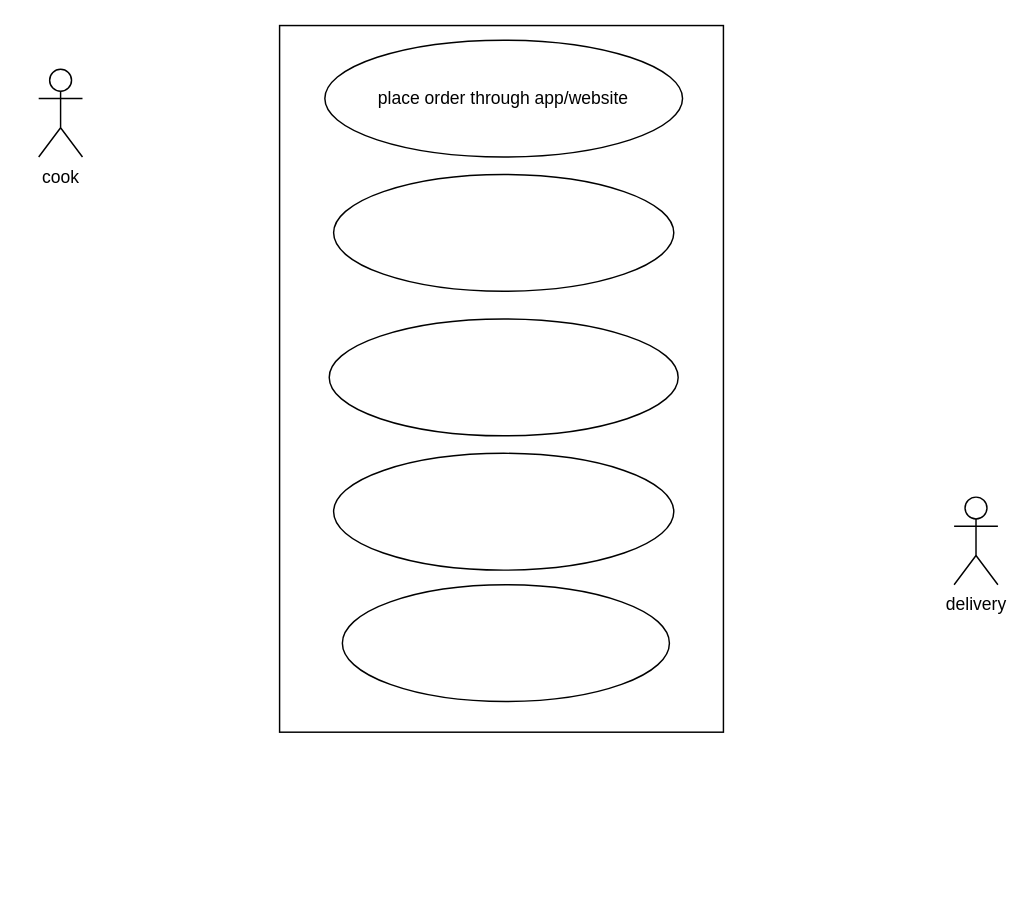
Above: page "Page-3" (3 of 4) of Untitled Diagram.drawio in sophiyaprasain/System-Moodeling (draw.io), before the change. Source tidied: cells renumbered, new cells numbered last; positions are measured from the earlier drawing's top-left corner, leaving out a move shared by most shapes. Both pictures are drawn from the tidied source at 146%, with x=0, y=0 at pixel (38, 25).
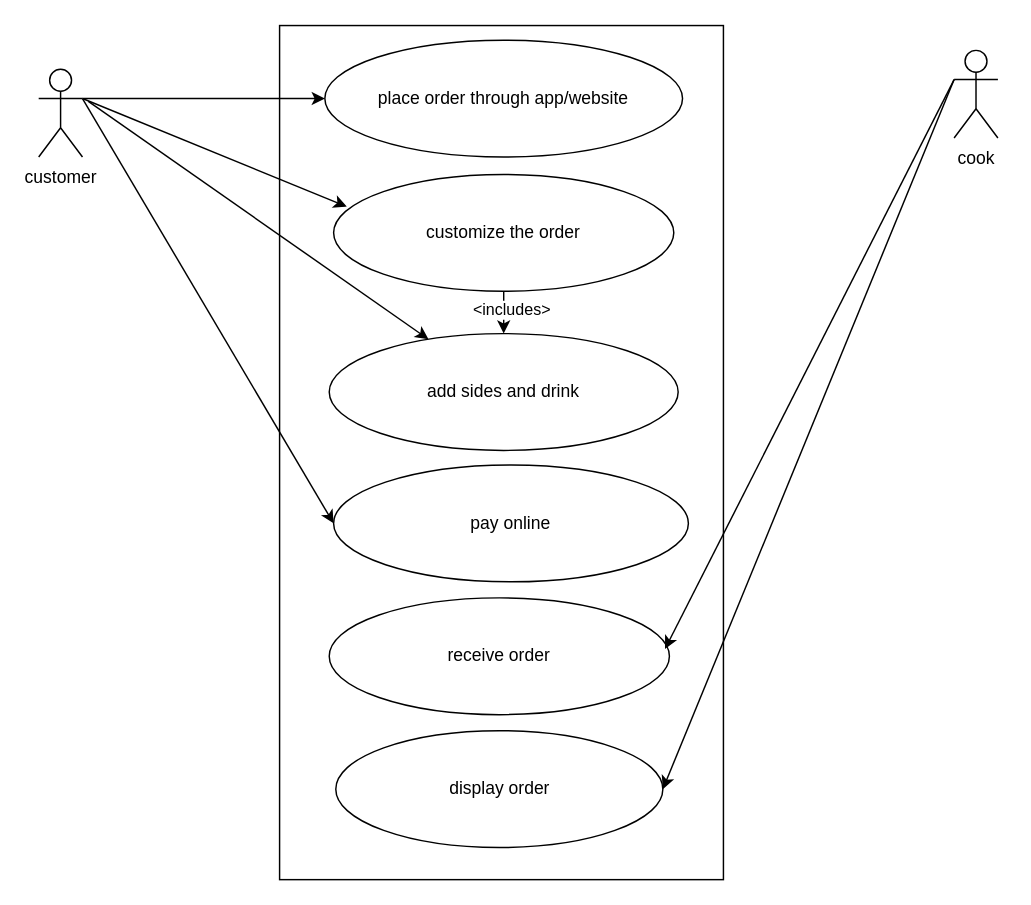
The same page after the edit.

Unchanged cells that the change refers to:
```xml
<mxCell id="3" value="place order through app/website" style="ellipse;whiteSpace=wrap;html=1;" parent="1" vertex="1">
  <mxGeometry x="196" y="10" width="245" height="80" as="geometry" />
</mxCell>
```

What changed in the source:
```diff
@@
     <mxCell id="2" style="rounded=0;whiteSpace=wrap;html=1;fontSize=16;" parent="1" vertex="1">
-      <mxGeometry x="165" width="304" height="484" as="geometry" />
+      <mxGeometry x="165" width="304" height="585" as="geometry" />
     </mxCell>
@@
+    <mxCell id="10" style="edgeStyle=orthogonalEdgeStyle;rounded=0;jettySize=auto;html=1;exitX=0.5;exitY=1;exitDx=0;exitDy=0;entryX=0.5;entryY=0;entryDx=0;entryDy=0;" parent="1" edge="1" source="4" target="5">
+      <mxGeometry relative="1" as="geometry" />
+    </mxCell>
+    <mxCell id="11" value="&amp;lt;includes&amp;gt;" style="edgeLabel;html=1;align=center;verticalAlign=middle;" parent="10" vertex="1">
+      <mxGeometry x="-0.17" y="5" relative="1" as="geometry" />
+    </mxCell>
-    <mxCell id="4" style="ellipse;whiteSpace=wrap;html=1;" parent="1" vertex="1">
+    <mxCell id="4" value="customize the order" style="ellipse;whiteSpace=wrap;html=1;" parent="1" vertex="1">
       <mxGeometry x="202" y="102" width="233" height="80" as="geometry" />
     </mxCell>
-    <mxCell id="5" style="ellipse;whiteSpace=wrap;html=1;" parent="1" vertex="1">
-      <mxGeometry x="199" y="201" width="239" height="80" as="geometry" />
+    <mxCell id="5" value="add sides and drink" style="ellipse;whiteSpace=wrap;html=1;" parent="1" vertex="1">
+      <mxGeometry x="199" y="211" width="239" height="80" as="geometry" />
     </mxCell>
-    <mxCell id="6" style="ellipse;whiteSpace=wrap;html=1;" parent="1" vertex="1">
-      <mxGeometry x="202" y="293" width="233" height="80" as="geometry" />
+    <mxCell id="6" value="receive order" style="ellipse;whiteSpace=wrap;html=1;" parent="1" vertex="1">
+      <mxGeometry x="199" y="392" width="233" height="80" as="geometry" />
     </mxCell>
-    <mxCell id="7" style="ellipse;whiteSpace=wrap;html=1;" parent="1" vertex="1">
-      <mxGeometry x="208" y="383" width="224" height="80" as="geometry" />
+    <mxCell id="7" value="display order" style="ellipse;whiteSpace=wrap;html=1;" parent="1" vertex="1">
+      <mxGeometry x="203.5" y="483" width="224" height="80" as="geometry" />
     </mxCell>
-    <mxCell id="8" value="cook" style="shape=umlActor;verticalLabelPosition=bottom;verticalAlign=top;html=1;outlineConnect=0;" parent="1" vertex="1">
+    <mxCell id="8" value="customer" style="shape=umlActor;verticalLabelPosition=bottom;verticalAlign=top;html=1;outlineConnect=0;" parent="1" vertex="1">
       <mxGeometry y="30" width="30" height="60" as="geometry" />
     </mxCell>
-    <mxCell id="9" value="delivery&lt;br&gt;" style="shape=umlActor;verticalLabelPosition=bottom;verticalAlign=top;html=1;" parent="1" vertex="1">
-      <mxGeometry x="627" y="323" width="30" height="60" as="geometry" />
-    </mxCell>
+    <mxCell id="12" value="cook" style="shape=umlActor;verticalLabelPosition=bottom;verticalAlign=top;html=1;outlineConnect=0;" parent="1" vertex="1">
+      <mxGeometry x="627" y="17" width="30" height="60" as="geometry" />
+    </mxCell>
+    <mxCell id="13" style="endArrow=classic;html=1;rounded=0;exitX=1;exitY=0.3333333333333333;exitDx=0;exitDy=0;exitPerimeter=0;" parent="1" edge="1" source="8" target="3">
+      <mxGeometry relative="1" as="geometry" />
+    </mxCell>
+    <mxCell id="14" style="endArrow=classic;html=1;rounded=0;exitX=1;exitY=0.3333333333333333;exitDx=0;exitDy=0;exitPerimeter=0;" parent="1" edge="1" source="8">
+      <mxGeometry relative="1" as="geometry">
+        <mxPoint x="211" y="124" as="targetPoint" />
+      </mxGeometry>
+    </mxCell>
+    <mxCell id="15" style="endArrow=classic;html=1;rounded=0;" parent="1" edge="1" target="5">
+      <mxGeometry relative="1" as="geometry">
+        <mxPoint x="34" y="52" as="sourcePoint" />
+      </mxGeometry>
+    </mxCell>
+    <mxCell id="16" style="endArrow=classic;html=1;rounded=0;exitX=1;exitY=0.3333333333333333;exitDx=0;exitDy=0;exitPerimeter=0;entryX=0;entryY=0.5;entryDx=0;entryDy=0;" parent="1" edge="1" source="8" target="18">
+      <mxGeometry relative="1" as="geometry" />
+    </mxCell>
+    <mxCell id="17" style="endArrow=classic;html=1;rounded=0;exitX=0;exitY=0.3333333333333333;exitDx=0;exitDy=0;exitPerimeter=0;entryX=1;entryY=0.5;entryDx=0;entryDy=0;" parent="1" edge="1" source="12" target="7">
+      <mxGeometry relative="1" as="geometry" />
+    </mxCell>
+    <mxCell id="18" value="pay online" style="ellipse;whiteSpace=wrap;html=1;" parent="1" vertex="1">
+      <mxGeometry x="202" y="301" width="243" height="80" as="geometry" />
+    </mxCell>
+    <mxCell id="19" style="endArrow=classic;html=1;rounded=0;exitX=0;exitY=0.3333333333333333;exitDx=0;exitDy=0;exitPerimeter=0;entryX=0.987;entryY=0.438;entryDx=0;entryDy=0;entryPerimeter=0;" parent="1" edge="1" source="12" target="6">
+      <mxGeometry relative="1" as="geometry" />
+    </mxCell>
```
